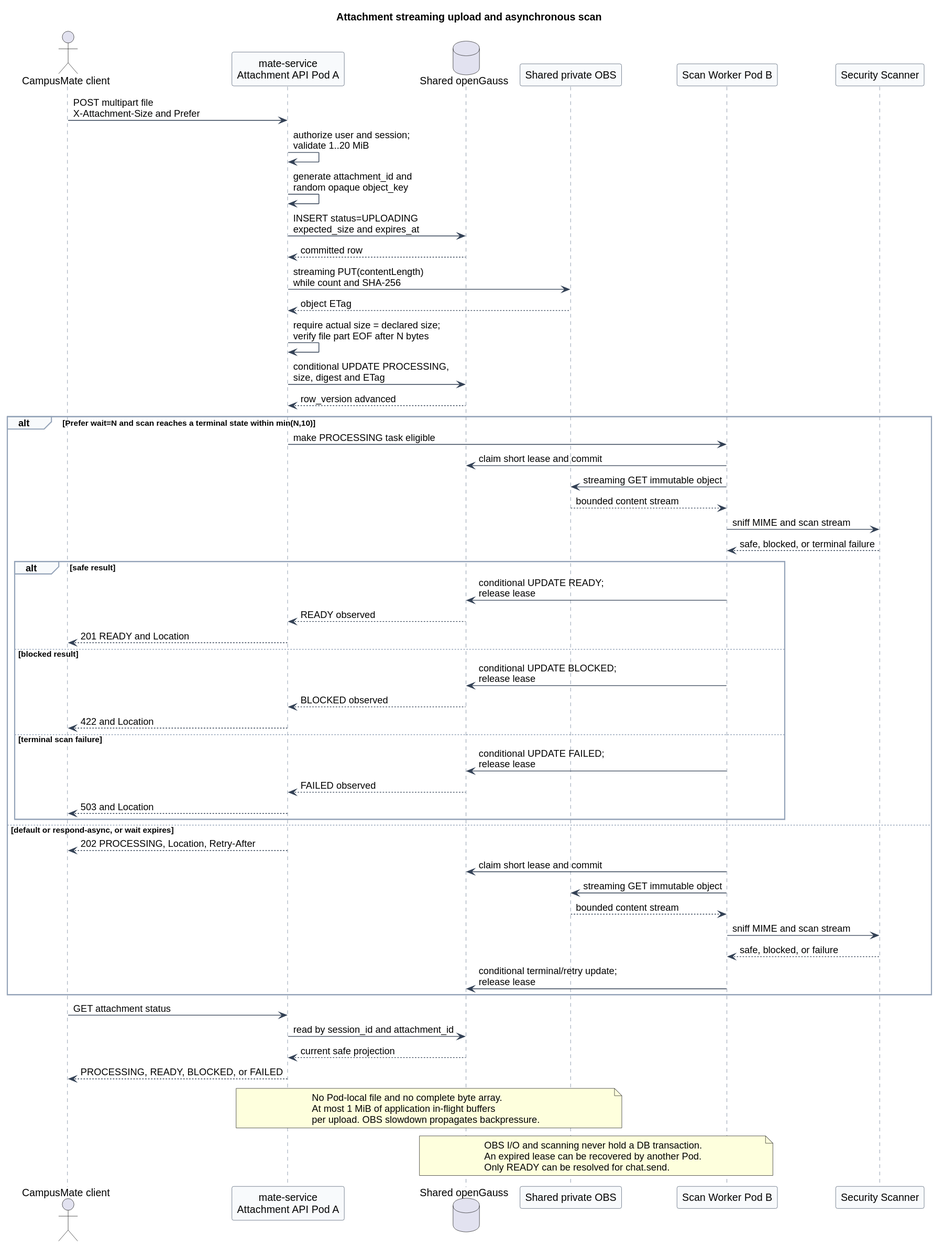
The PlantUML diagram campusmate-attachment-service/attachment_upload_and_scan_flow.svg in superheromeZzh/pi-mono-java-design, before a commit.
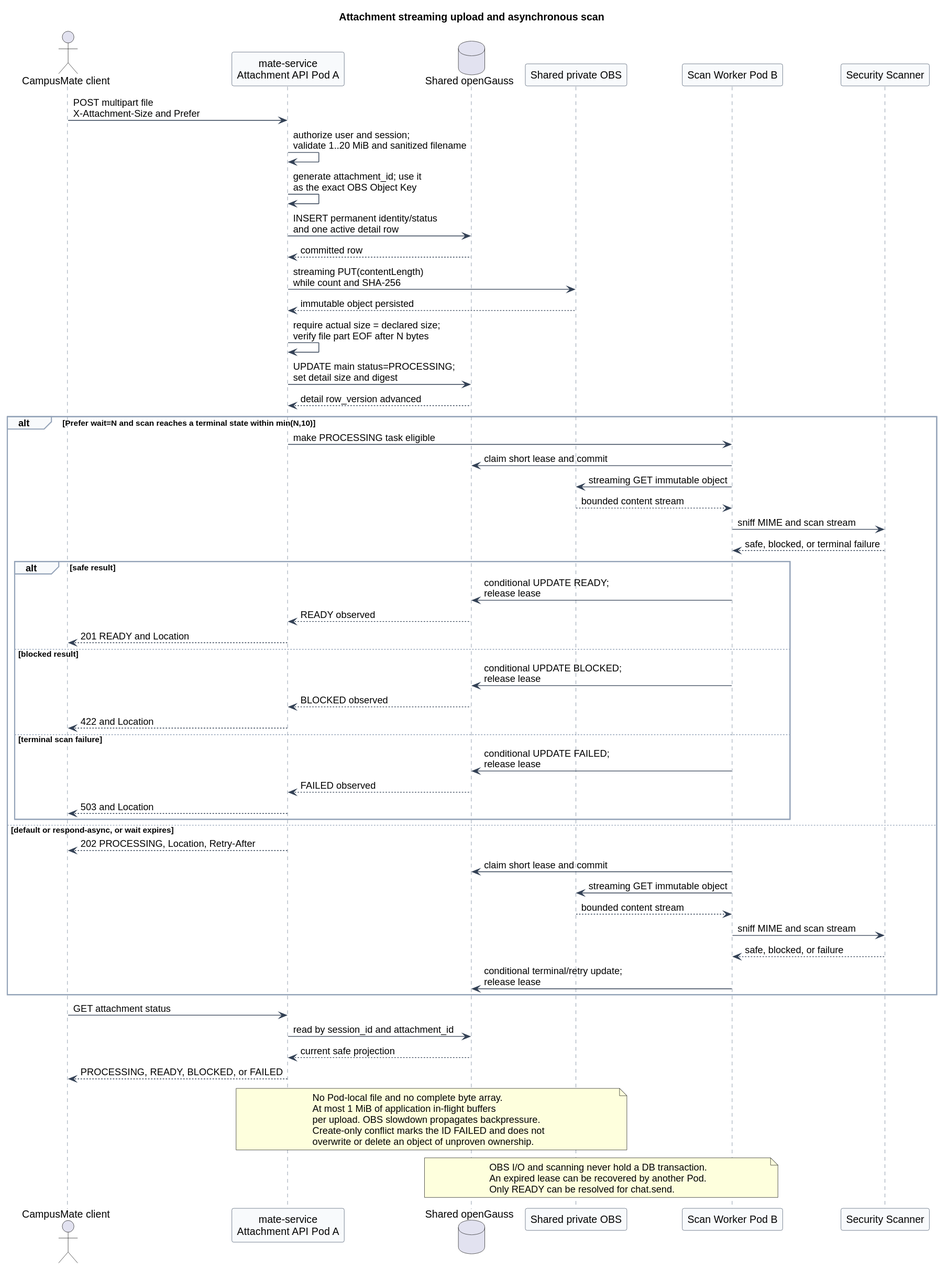
Above is the later version.

What changed in the source:
```diff
@@ -23,15 +23,15 @@
 participant "Security Scanner" as Scanner
 
 Client -> API : POST multipart file\nX-Attachment-Size and Prefer
-API -> API : authorize user and session;\nvalidate 1..20 MiB
-API -> API : generate attachment_id and\nrandom opaque object_key
-API -> DB : INSERT status=UPLOADING\nexpected_size and expires_at
+API -> API : authorize user and session;\nvalidate 1..20 MiB and sanitized filename
+API -> API : generate attachment_id; use it\nas the exact OBS Object Key
+API -> DB : INSERT permanent identity/status\nand one active detail row
 DB --> API : committed row
 API -> OBS : streaming PUT(contentLength)\nwhile count and SHA-256
-OBS --> API : object ETag
+OBS --> API : immutable object persisted
 API -> API : require actual size = declared size;\nverify file part EOF after N bytes
-API -> DB : conditional UPDATE PROCESSING,\nsize, digest and ETag
-DB --> API : row_version advanced
+API -> DB : UPDATE main status=PROCESSING;\nset detail size and digest
+DB --> API : detail row_version advanced
 
 alt Prefer wait=N and scan reaches a terminal state within min(N,10)
   API -> Worker : make PROCESSING task eligible
@@ -72,6 +72,8 @@
 No Pod-local file and no complete byte array.
 At most 1 MiB of application in-flight buffers
 per upload. OBS slowdown propagates backpressure.
+Create-only conflict marks the ID FAILED and does not
+overwrite or delete an object of unproven ownership.
 end note
 
 note over DB,Worker
```
